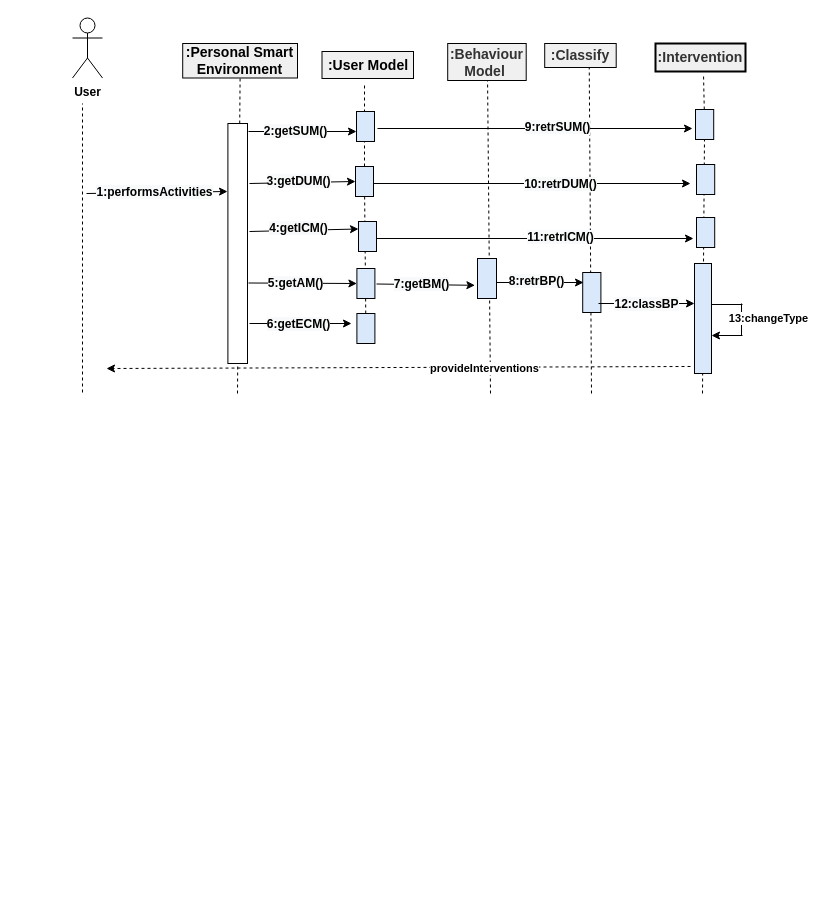
Earlier version of the draw.io diagram interaction.drawio (oluwande/zmPDSwR). Source tidied: cells renumbered, new cells numbered last; positions are measured from the earlier drawing's top-left corner, leaving out a move shared by most shapes. Both pictures are drawn from the tidied source at 100%, with x=0, y=0 at pixel (72, 17).
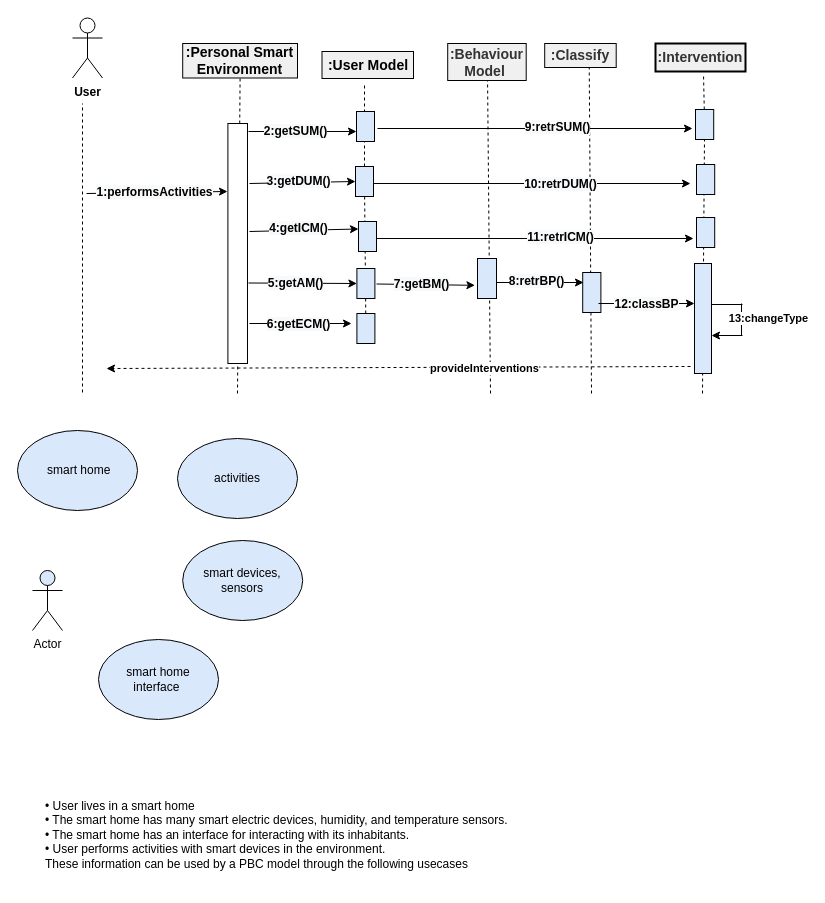
The same page after the edit.

What changed in the source:
```diff
@@
+    <mxCell id="58" value="• User lives in a smart home &#10;• The smart home has many smart electric devices, humidity, and temperature sensors. &#10;• The smart home has an interface for interacting with its inhabitants.  &#10;• User performs activities with smart devices in the environment.  &#10;These information can be used by a PBC model through the following usecases" style="text;whiteSpace=wrap;html=1;" parent="1" vertex="1">
+      <mxGeometry x="-29" y="775" width="491" height="94" as="geometry" />
+    </mxCell>
+    <mxCell id="59" value="&amp;nbsp;smart home" style="ellipse;whiteSpace=wrap;html=1;strokeColor=#000000;strokeWidth=1;fillColor=#DAE8FC;" parent="1" vertex="1">
+      <mxGeometry x="-55" y="413" width="120" height="80" as="geometry" />
+    </mxCell>
+    <mxCell id="60" value="Actor" style="shape=umlActor;verticalLabelPosition=bottom;verticalAlign=top;html=1;strokeColor=#000000;strokeWidth=1;fillColor=#DAE8FC;" parent="1" vertex="1">
+      <mxGeometry x="-40" y="553" width="30" height="60" as="geometry" />
+    </mxCell>
+    <mxCell id="61" value="smart home &lt;br&gt;interface&amp;nbsp;" style="ellipse;whiteSpace=wrap;html=1;strokeColor=#000000;strokeWidth=1;fillColor=#DAE8FC;" parent="1" vertex="1">
+      <mxGeometry x="26" y="622" width="120" height="80" as="geometry" />
+    </mxCell>
+    <mxCell id="62" value="smart devices, sensors" style="ellipse;whiteSpace=wrap;html=1;strokeColor=#000000;strokeWidth=1;fillColor=#DAE8FC;" parent="1" vertex="1">
+      <mxGeometry x="110.2" y="523" width="120" height="80" as="geometry" />
+    </mxCell>
+    <mxCell id="63" value="activities" style="ellipse;whiteSpace=wrap;html=1;strokeColor=#000000;strokeWidth=1;fillColor=#DAE8FC;" parent="1" vertex="1">
+      <mxGeometry x="105" y="421" width="120" height="80" as="geometry" />
+    </mxCell>
```
